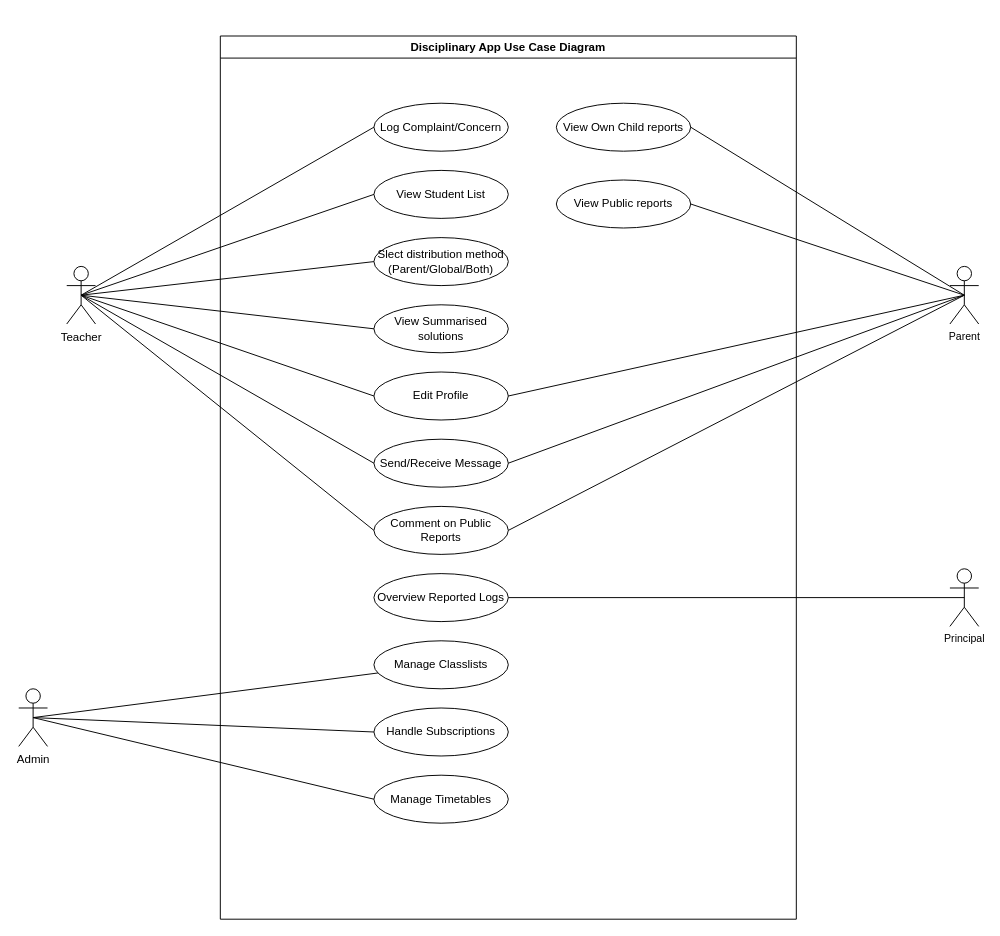
The draw.io diagram Documentation/Use Case Diagram.drawio in savage-kid-lk/discipline-management-app, before the edit. Source tidied: cells renumbered, new cells numbered last; positions are measured from the earlier drawing's top-left corner, leaving out a move shared by most shapes. Both pictures are drawn from the tidied source at 96%, with x=0, y=0 at pixel (18, 36).
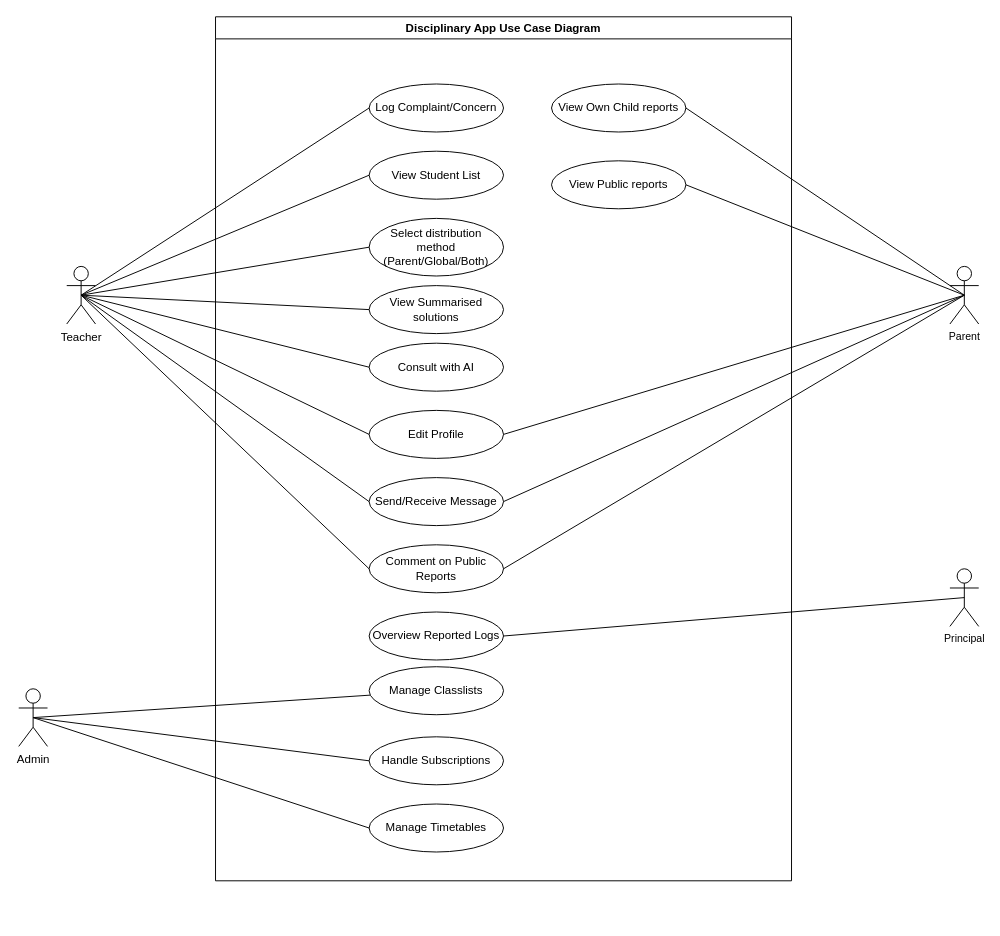
Above is the later version.

Commit message (it also covers changes not shown here):
Activity diagram

Unchanged cells that the change refers to:
```xml
<mxCell id="23" value="Teacher" style="shape=umlActor;verticalLabelPosition=bottom;verticalAlign=top;html=1;outlineConnect=0;" parent="1" vertex="1">
  <mxGeometry x="50" y="240" width="30" height="60" as="geometry" />
</mxCell>
```

Diff of the diagram source:
```diff
@@
     <mxCell id="2" value="Disciplinary App Use Case Diagram" style="swimlane;whiteSpace=wrap;html=1;" parent="1" vertex="1">
-      <mxGeometry x="210" width="600" height="920" as="geometry" />
+      <mxGeometry x="205" y="-20" width="600" height="900" as="geometry" />
     </mxCell>
@@
-    <mxCell id="5" value="Slect distribution method (Parent/Global/Both)" style="ellipse;whiteSpace=wrap;html=1;" parent="2" vertex="1">
-      <mxGeometry x="160" y="210" width="140" height="50" as="geometry" />
+    <mxCell id="5" value="Select distribution method (Parent/Global/Both)" style="ellipse;whiteSpace=wrap;html=1;" parent="2" vertex="1">
+      <mxGeometry x="160" y="210" width="140" height="60" as="geometry" />
     </mxCell>
@@
     <mxCell id="7" value="Edit Profile" style="ellipse;whiteSpace=wrap;html=1;" parent="2" vertex="1">
-      <mxGeometry x="160" y="350" width="140" height="50" as="geometry" />
+      <mxGeometry x="160" y="410" width="140" height="50" as="geometry" />
     </mxCell>
     <mxCell id="8" value="Send/Receive Message" style="ellipse;whiteSpace=wrap;html=1;" parent="2" vertex="1">
-      <mxGeometry x="160" y="420" width="140" height="50" as="geometry" />
+      <mxGeometry x="160" y="480" width="140" height="50" as="geometry" />
     </mxCell>
@@
     <mxCell id="11" value="Comment on Public Reports" style="ellipse;whiteSpace=wrap;html=1;" parent="2" vertex="1">
-      <mxGeometry x="160" y="490" width="140" height="50" as="geometry" />
+      <mxGeometry x="160" y="550" width="140" height="50" as="geometry" />
     </mxCell>
     <mxCell id="12" value="Overview Reported Logs" style="ellipse;whiteSpace=wrap;html=1;" parent="2" vertex="1">
-      <mxGeometry x="160" y="560" width="140" height="50" as="geometry" />
+      <mxGeometry x="160" y="620" width="140" height="50" as="geometry" />
     </mxCell>
     <mxCell id="13" value="Manage Classlists" style="ellipse;whiteSpace=wrap;html=1;" parent="2" vertex="1">
-      <mxGeometry x="160" y="630" width="140" height="50" as="geometry" />
+      <mxGeometry x="160" y="677" width="140" height="50" as="geometry" />
     </mxCell>
     <mxCell id="14" value="Handle Subscriptions" style="ellipse;whiteSpace=wrap;html=1;" parent="2" vertex="1">
-      <mxGeometry x="160" y="700" width="140" height="50" as="geometry" />
+      <mxGeometry x="160" y="750" width="140" height="50" as="geometry" />
     </mxCell>
     <mxCell id="15" value="Manage Timetables" style="ellipse;whiteSpace=wrap;html=1;" parent="2" vertex="1">
-      <mxGeometry x="160" y="770" width="140" height="50" as="geometry" />
+      <mxGeometry x="160" y="820" width="140" height="50" as="geometry" />
     </mxCell>
+    <mxCell id="36" value="Consult with AI" style="ellipse;whiteSpace=wrap;html=1;" parent="2" vertex="1">
+      <mxGeometry x="160" y="340" width="140" height="50" as="geometry" />
+    </mxCell>
@@
+    <mxCell id="37" style="edgeStyle=none;shape=connector;rounded=0;jettySize=auto;html=1;exitX=0.5;exitY=0.5;exitDx=0;exitDy=0;exitPerimeter=0;strokeColor=default;align=center;verticalAlign=middle;fontFamily=Helvetica;fontSize=11;fontColor=default;labelBackgroundColor=default;endArrow=none;endFill=0;entryX=0;entryY=0.5;entryDx=0;entryDy=0;" parent="1" edge="1" source="23" target="36">
+      <mxGeometry relative="1" as="geometry" />
+    </mxCell>
```
